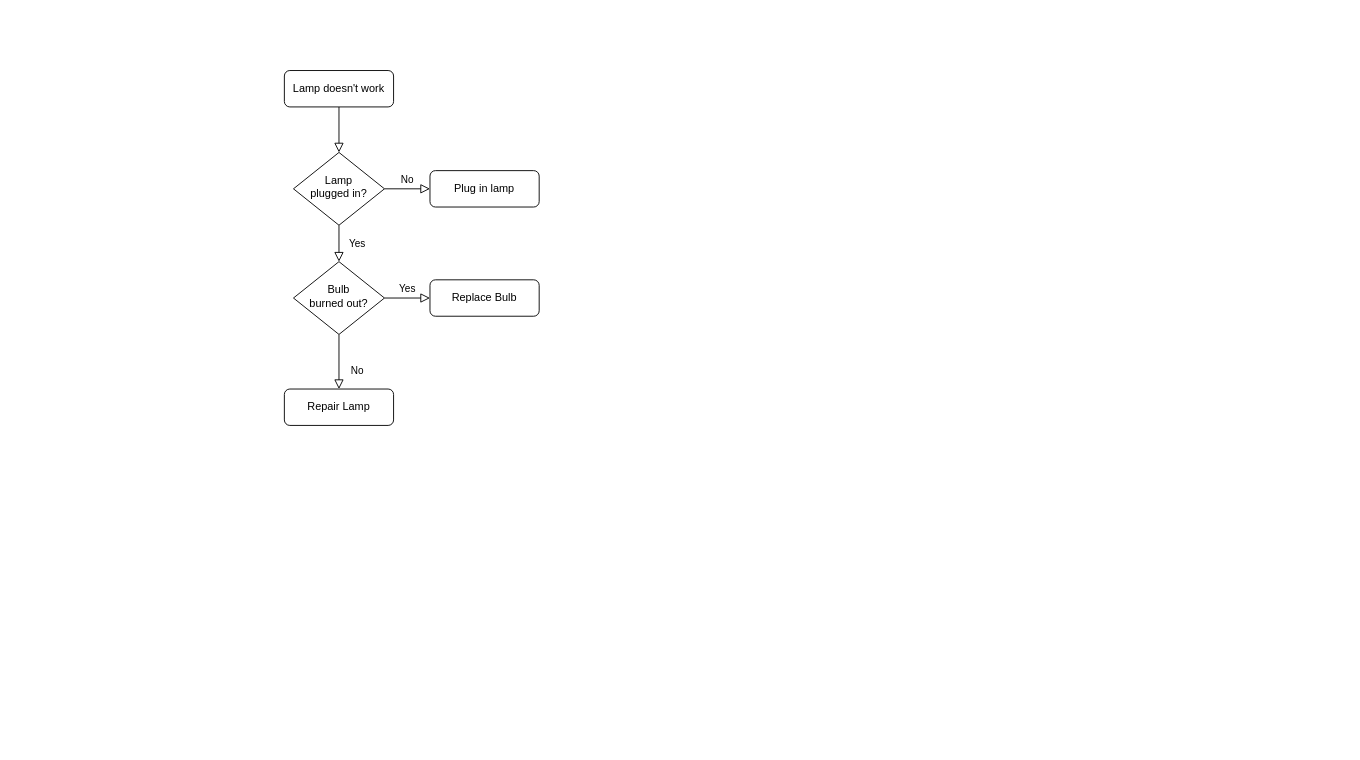
This is 플로우차트.drawio from KB-samwamoney/samwamoney, a draw.io file, before an edit. Source tidied: cells renumbered, new cells numbered last; positions are measured from the earlier drawing's top-left corner, leaving out a move shared by most shapes. Both pictures are drawn from the tidied source at 91%, with x=0, y=0 at pixel (284, 70).
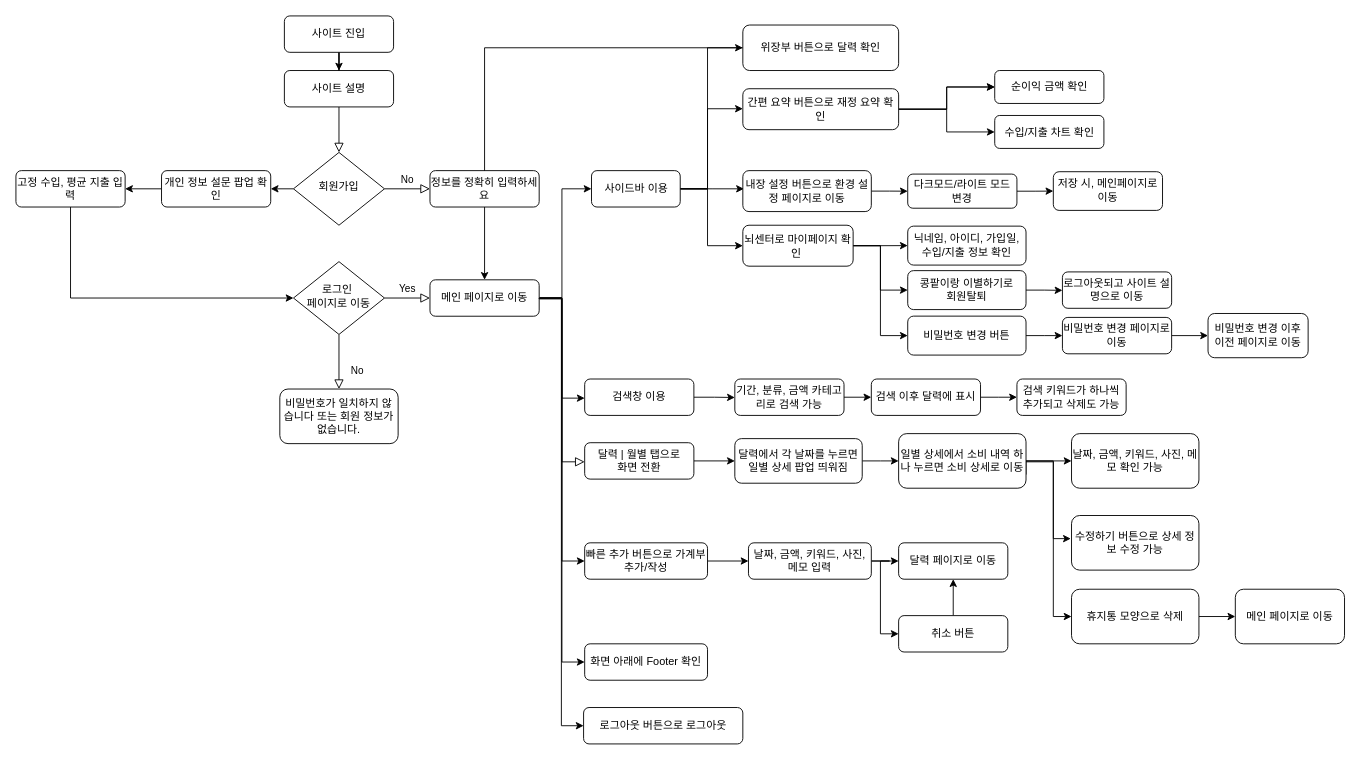
After the change.

Commit message (it also covers changes not shown here):
플로우차트.drawio 업데이트

What changed in the source:
```diff
@@
+    <mxCell id="13" style="edgeStyle=orthogonalEdgeStyle;rounded=0;jettySize=auto;html=1;entryX=0.5;entryY=0;entryDx=0;entryDy=0;" parent="1" edge="1" source="52" target="12">
+      <mxGeometry relative="1" as="geometry" />
+    </mxCell>
@@
-    <mxCell id="3" value="Lamp doesn't work" style="rounded=1;whiteSpace=wrap;html=1;fontSize=12;glass=0;strokeWidth=1;shadow=0;" parent="1" vertex="1">
+    <mxCell id="3" value="사이트 설명" style="rounded=1;whiteSpace=wrap;html=1;fontSize=12;glass=0;strokeWidth=1;shadow=0;" parent="1" vertex="1">
       <mxGeometry width="120" height="40" as="geometry" />
     </mxCell>
-    <mxCell id="4" value="Yes" style="rounded=0;html=1;jettySize=auto;fontSize=11;endArrow=block;endFill=0;endSize=8;strokeWidth=1;shadow=0;labelBackgroundColor=none;edgeStyle=orthogonalEdgeStyle;" parent="1" edge="1" source="6" target="10">
-      <mxGeometry y="20" relative="1" as="geometry" />
-    </mxCell>
@@
+    <mxCell id="14" style="edgeStyle=orthogonalEdgeStyle;rounded=0;jettySize=auto;html=1;exitX=0;exitY=0.5;exitDx=0;exitDy=0;entryX=1;entryY=0.5;entryDx=0;entryDy=0;" parent="1" edge="1" source="6" target="78">
+      <mxGeometry relative="1" as="geometry" />
+    </mxCell>
-    <mxCell id="6" value="Lamp&lt;br&gt;plugged in?" style="rhombus;whiteSpace=wrap;html=1;shadow=0;fontFamily=Helvetica;fontSize=12;align=center;strokeWidth=1;spacing=6;spacingTop=-4;" parent="1" vertex="1">
+    <mxCell id="6" value="회원가입" style="rhombus;whiteSpace=wrap;html=1;shadow=0;fontFamily=Helvetica;fontSize=12;align=center;strokeWidth=1;spacing=6;spacingTop=-4;" parent="1" vertex="1">
       <mxGeometry x="10" y="90" width="100" height="80" as="geometry" />
     </mxCell>
-    <mxCell id="7" value="Plug in lamp" style="rounded=1;whiteSpace=wrap;html=1;fontSize=12;glass=0;strokeWidth=1;shadow=0;" parent="1" vertex="1">
+    <mxCell id="7" value="정보를 정확히 입력하세요" style="rounded=1;whiteSpace=wrap;html=1;fontSize=12;glass=0;strokeWidth=1;shadow=0;" parent="1" vertex="1">
       <mxGeometry x="160" y="110" width="120" height="40" as="geometry" />
     </mxCell>
@@
-    <mxCell id="10" value="Bulb&lt;br&gt;burned out?" style="rhombus;whiteSpace=wrap;html=1;shadow=0;fontFamily=Helvetica;fontSize=12;align=center;strokeWidth=1;spacing=6;spacingTop=-4;" parent="1" vertex="1">
+    <mxCell id="10" value="로그인&amp;nbsp;&lt;div&gt;페이지로 이동&lt;/div&gt;" style="rhombus;whiteSpace=wrap;html=1;shadow=0;fontFamily=Helvetica;fontSize=12;align=center;strokeWidth=1;spacing=6;spacingTop=-4;" parent="1" vertex="1">
       <mxGeometry x="10" y="210" width="100" height="80" as="geometry" />
     </mxCell>
-    <mxCell id="11" value="Repair Lamp" style="rounded=1;whiteSpace=wrap;html=1;fontSize=12;glass=0;strokeWidth=1;shadow=0;" parent="1" vertex="1">
-      <mxGeometry y="350" width="120" height="40" as="geometry" />
+    <mxCell id="11" value="비밀번호가 일치하지 않습니다 또는 회원 정보가 없습니다." style="rounded=1;whiteSpace=wrap;html=1;fontSize=12;glass=0;strokeWidth=1;shadow=0;" parent="1" vertex="1">
+      <mxGeometry x="-5" y="350" width="130" height="60" as="geometry" />
     </mxCell>
+    <mxCell id="15" style="edgeStyle=orthogonalEdgeStyle;rounded=0;jettySize=auto;html=1;exitX=1;exitY=0.5;exitDx=0;exitDy=0;entryX=0;entryY=0.5;entryDx=0;entryDy=0;" parent="1" edge="1" source="12" target="47">
+      <mxGeometry relative="1" as="geometry">
+        <Array as="points">
+          <mxPoint x="305" y="250" />
+          <mxPoint x="305" y="130" />
+        </Array>
+      </mxGeometry>
+    </mxCell>
+    <mxCell id="16" style="edgeStyle=orthogonalEdgeStyle;rounded=0;jettySize=auto;html=1;" parent="1" edge="1" source="12" target="21">
+      <mxGeometry relative="1" as="geometry">
+        <Array as="points">
+          <mxPoint x="305" y="250" />
+          <mxPoint x="305" y="360" />
+        </Array>
+      </mxGeometry>
+    </mxCell>
+    <mxCell id="17" style="edgeStyle=orthogonalEdgeStyle;rounded=0;jettySize=auto;html=1;exitX=1;exitY=0.5;exitDx=0;exitDy=0;entryX=0;entryY=0.5;entryDx=0;entryDy=0;" parent="1" edge="1" source="12" target="26">
+      <mxGeometry relative="1" as="geometry" />
+    </mxCell>
+    <mxCell id="18" style="edgeStyle=orthogonalEdgeStyle;rounded=0;jettySize=auto;html=1;entryX=0;entryY=0.5;entryDx=0;entryDy=0;" parent="1" edge="1" source="12" target="76">
+      <mxGeometry relative="1" as="geometry" />
+    </mxCell>
+    <mxCell id="19" style="edgeStyle=orthogonalEdgeStyle;rounded=0;jettySize=auto;html=1;exitX=1;exitY=0.5;exitDx=0;exitDy=0;entryX=0;entryY=0.5;entryDx=0;entryDy=0;" parent="1" edge="1" source="12" target="75">
+      <mxGeometry relative="1" as="geometry" />
+    </mxCell>
-    <mxCell id="12" value="Replace Bulb" style="rounded=1;whiteSpace=wrap;html=1;fontSize=12;glass=0;strokeWidth=1;shadow=0;" parent="1" vertex="1">
+    <mxCell id="12" value="메인 페이지로 이동" style="rounded=1;whiteSpace=wrap;html=1;fontSize=12;glass=0;strokeWidth=1;shadow=0;" parent="1" vertex="1">
       <mxGeometry x="160" y="230" width="120" height="40" as="geometry" />
     </mxCell>
+    <mxCell id="20" style="edgeStyle=orthogonalEdgeStyle;rounded=0;jettySize=auto;html=1;exitX=1;exitY=0.5;exitDx=0;exitDy=0;" parent="1" edge="1" source="21">
+      <mxGeometry relative="1" as="geometry">
+        <mxPoint x="495" y="359.3" as="targetPoint" />
+      </mxGeometry>
+    </mxCell>
+    <mxCell id="21" value="검색창 이용" style="rounded=1;whiteSpace=wrap;html=1;fontSize=12;glass=0;strokeWidth=1;shadow=0;" parent="1" vertex="1">
+      <mxGeometry x="330" y="339" width="120" height="40" as="geometry" />
+    </mxCell>
+    <mxCell id="22" style="edgeStyle=orthogonalEdgeStyle;rounded=0;html=1;jettySize=auto;fontSize=11;endArrow=block;endFill=0;endSize=8;strokeWidth=1;shadow=0;labelBackgroundColor=none;" parent="1" edge="1" target="24">
+      <mxGeometry y="10" relative="1" as="geometry">
+        <mxPoint x="280" y="250" as="sourcePoint" />
+        <Array as="points">
+          <mxPoint x="305" y="251" />
+          <mxPoint x="305" y="430" />
+        </Array>
+      </mxGeometry>
+    </mxCell>
+    <mxCell id="23" style="edgeStyle=orthogonalEdgeStyle;rounded=0;jettySize=auto;html=1;exitX=1;exitY=0.5;exitDx=0;exitDy=0;entryX=0;entryY=0.5;entryDx=0;entryDy=0;" parent="1" edge="1" source="24" target="30">
+      <mxGeometry relative="1" as="geometry" />
+    </mxCell>
+    <mxCell id="24" value="달력 | 월별 탭으로&lt;div&gt;화면 전환&lt;/div&gt;" style="rounded=1;whiteSpace=wrap;html=1;fontSize=12;glass=0;strokeWidth=1;shadow=0;" parent="1" vertex="1">
+      <mxGeometry x="330" y="409" width="120" height="40" as="geometry" />
+    </mxCell>
+    <mxCell id="25" style="edgeStyle=orthogonalEdgeStyle;rounded=0;jettySize=auto;html=1;" parent="1" edge="1" source="26" target="41">
+      <mxGeometry relative="1" as="geometry" />
+    </mxCell>
+    <mxCell id="26" value="빠른 추가 버튼으로 가계부 추가/작성" style="rounded=1;whiteSpace=wrap;html=1;fontSize=12;glass=0;strokeWidth=1;shadow=0;" parent="1" vertex="1">
+      <mxGeometry x="330" y="519" width="135" height="40" as="geometry" />
+    </mxCell>
+    <mxCell id="27" style="edgeStyle=orthogonalEdgeStyle;rounded=0;jettySize=auto;html=1;exitX=1;exitY=0.5;exitDx=0;exitDy=0;" parent="1" edge="1" source="28">
+      <mxGeometry relative="1" as="geometry">
+        <mxPoint x="645" y="358.9" as="targetPoint" />
+      </mxGeometry>
+    </mxCell>
+    <mxCell id="28" value="기간, 분류, 금액 카테고리로 검색 가능" style="rounded=1;whiteSpace=wrap;html=1;fontSize=12;glass=0;strokeWidth=1;shadow=0;" parent="1" vertex="1">
+      <mxGeometry x="495" y="339" width="120" height="40" as="geometry" />
+    </mxCell>
+    <mxCell id="29" style="edgeStyle=orthogonalEdgeStyle;rounded=0;jettySize=auto;html=1;" parent="1" edge="1" source="30">
+      <mxGeometry relative="1" as="geometry">
+        <mxPoint x="675" y="429" as="targetPoint" />
+      </mxGeometry>
+    </mxCell>
+    <mxCell id="30" value="달력에서 각 날짜를 누르면 일별 상세 팝업 띄워짐" style="rounded=1;whiteSpace=wrap;html=1;fontSize=12;glass=0;strokeWidth=1;shadow=0;" parent="1" vertex="1">
+      <mxGeometry x="495" y="404.5" width="140" height="49" as="geometry" />
+    </mxCell>
+    <mxCell id="31" style="edgeStyle=orthogonalEdgeStyle;rounded=0;jettySize=auto;html=1;exitX=1;exitY=0.5;exitDx=0;exitDy=0;" parent="1" edge="1" source="32">
+      <mxGeometry relative="1" as="geometry">
+        <mxPoint x="805" y="359" as="targetPoint" />
+      </mxGeometry>
+    </mxCell>
+    <mxCell id="32" value="검색 이후 달력에 표시" style="rounded=1;whiteSpace=wrap;html=1;fontSize=12;glass=0;strokeWidth=1;shadow=0;" parent="1" vertex="1">
+      <mxGeometry x="645" y="339" width="120" height="40" as="geometry" />
+    </mxCell>
+    <mxCell id="33" value="검색 키워드가 하나씩 추가되고 삭제도 가능" style="rounded=1;whiteSpace=wrap;html=1;fontSize=12;glass=0;strokeWidth=1;shadow=0;" parent="1" vertex="1">
+      <mxGeometry x="805" y="339" width="120" height="40" as="geometry" />
+    </mxCell>
+    <mxCell id="34" style="edgeStyle=orthogonalEdgeStyle;rounded=0;jettySize=auto;html=1;exitX=1;exitY=0.5;exitDx=0;exitDy=0;entryX=0;entryY=0.5;entryDx=0;entryDy=0;" parent="1" edge="1" source="37" target="38">
+      <mxGeometry relative="1" as="geometry" />
+    </mxCell>
+    <mxCell id="35" style="edgeStyle=orthogonalEdgeStyle;rounded=0;jettySize=auto;html=1;exitX=1;exitY=0.75;exitDx=0;exitDy=0;entryX=-0.006;entryY=0.424;entryDx=0;entryDy=0;entryPerimeter=0;" parent="1" edge="1" source="37">
+      <mxGeometry relative="1" as="geometry">
+        <mxPoint x="864.2" y="514.4" as="targetPoint" />
+        <Array as="points">
+          <mxPoint x="815" y="429" />
+          <mxPoint x="845" y="429" />
+          <mxPoint x="845" y="514" />
+        </Array>
+      </mxGeometry>
+    </mxCell>
+    <mxCell id="36" style="edgeStyle=orthogonalEdgeStyle;rounded=0;jettySize=auto;html=1;entryX=0;entryY=0.5;entryDx=0;entryDy=0;" parent="1" edge="1" target="85">
+      <mxGeometry relative="1" as="geometry">
+        <mxPoint x="814.5" y="429" as="sourcePoint" />
+        <Array as="points">
+          <mxPoint x="815" y="430" />
+          <mxPoint x="845" y="430" />
+          <mxPoint x="845" y="600" />
+        </Array>
+      </mxGeometry>
+    </mxCell>
+    <mxCell id="37" value="일별 상세에서 소비 내역 하나 누르면 소비 상세로 이동" style="rounded=1;whiteSpace=wrap;html=1;fontSize=12;glass=0;strokeWidth=1;shadow=0;" parent="1" vertex="1">
+      <mxGeometry x="675" y="399" width="140" height="60" as="geometry" />
+    </mxCell>
+    <mxCell id="38" value="날짜, 금액, 키워드, 사진, 메모 확인 가능" style="rounded=1;whiteSpace=wrap;html=1;fontSize=12;glass=0;strokeWidth=1;shadow=0;" parent="1" vertex="1">
+      <mxGeometry x="865" y="399" width="140" height="60" as="geometry" />
+    </mxCell>
+    <mxCell id="39" style="edgeStyle=orthogonalEdgeStyle;rounded=0;jettySize=auto;html=1;" parent="1" edge="1" source="41" target="66">
+      <mxGeometry relative="1" as="geometry" />
+    </mxCell>
+    <mxCell id="40" style="edgeStyle=orthogonalEdgeStyle;rounded=0;jettySize=auto;html=1;exitX=1;exitY=0.5;exitDx=0;exitDy=0;entryX=0;entryY=0.5;entryDx=0;entryDy=0;" parent="1" edge="1" source="41" target="68">
+      <mxGeometry relative="1" as="geometry">
+        <Array as="points">
+          <mxPoint x="655" y="539" />
+          <mxPoint x="655" y="619" />
+        </Array>
+      </mxGeometry>
+    </mxCell>
+    <mxCell id="41" value="날짜, 금액, 키워드, 사진, 메모 입력" style="rounded=1;whiteSpace=wrap;html=1;fontSize=12;glass=0;strokeWidth=1;shadow=0;" parent="1" vertex="1">
+      <mxGeometry x="510" y="519" width="135" height="40" as="geometry" />
+    </mxCell>
+    <mxCell id="42" value="수정하기 버튼으로 상세 정보 수정 가능" style="rounded=1;whiteSpace=wrap;html=1;fontSize=12;glass=0;strokeWidth=1;shadow=0;" parent="1" vertex="1">
+      <mxGeometry x="865" y="489" width="140" height="60" as="geometry" />
+    </mxCell>
+    <mxCell id="43" style="edgeStyle=orthogonalEdgeStyle;rounded=0;jettySize=auto;html=1;" parent="1" edge="1" source="47" target="51">
+      <mxGeometry relative="1" as="geometry">
+        <Array as="points">
+          <mxPoint x="465" y="130" />
+          <mxPoint x="465" y="42" />
+        </Array>
+      </mxGeometry>
+    </mxCell>
+    <mxCell id="44" style="edgeStyle=orthogonalEdgeStyle;rounded=0;jettySize=auto;html=1;entryX=0;entryY=0.5;entryDx=0;entryDy=0;" parent="1" edge="1" source="47" target="52">
+      <mxGeometry relative="1" as="geometry">
+        <Array as="points">
+          <mxPoint x="465" y="130" />
+          <mxPoint x="465" y="-25" />
+        </Array>
+      </mxGeometry>
+    </mxCell>
+    <mxCell id="45" style="edgeStyle=orthogonalEdgeStyle;rounded=0;jettySize=auto;html=1;" parent="1" edge="1" source="47">
+      <mxGeometry relative="1" as="geometry">
+        <mxPoint x="505" y="130" as="targetPoint" />
+      </mxGeometry>
+    </mxCell>
+    <mxCell id="46" style="edgeStyle=orthogonalEdgeStyle;rounded=0;jettySize=auto;html=1;exitX=1;exitY=0.5;exitDx=0;exitDy=0;entryX=0;entryY=0.5;entryDx=0;entryDy=0;" parent="1" edge="1" source="47" target="62">
+      <mxGeometry relative="1" as="geometry">
+        <Array as="points">
+          <mxPoint x="465" y="130" />
+          <mxPoint x="465" y="193" />
+        </Array>
+      </mxGeometry>
+    </mxCell>
+    <mxCell id="47" value="사이드바 이용" style="rounded=1;whiteSpace=wrap;html=1;fontSize=12;glass=0;strokeWidth=1;shadow=0;" parent="1" vertex="1">
+      <mxGeometry x="337.5" y="110" width="97.5" height="40" as="geometry" />
+    </mxCell>
+    <mxCell id="48" style="edgeStyle=orthogonalEdgeStyle;rounded=0;jettySize=auto;html=1;" parent="1" edge="1" source="51" target="53">
+      <mxGeometry relative="1" as="geometry" />
+    </mxCell>
+    <mxCell id="49" style="edgeStyle=orthogonalEdgeStyle;rounded=0;jettySize=auto;html=1;" parent="1" edge="1" source="51" target="53">
+      <mxGeometry relative="1" as="geometry" />
+    </mxCell>
+    <mxCell id="50" style="edgeStyle=orthogonalEdgeStyle;rounded=0;jettySize=auto;html=1;exitX=1;exitY=0.5;exitDx=0;exitDy=0;entryX=0;entryY=0.5;entryDx=0;entryDy=0;" parent="1" edge="1" source="51" target="54">
+      <mxGeometry relative="1" as="geometry" />
+    </mxCell>
+    <mxCell id="51" value="간편 요약 버튼으로 재정 요약 확인" style="whiteSpace=wrap;html=1;rounded=1;glass=0;strokeWidth=1;shadow=0;" parent="1" vertex="1">
+      <mxGeometry x="503.8" y="20" width="171.2" height="45" as="geometry" />
+    </mxCell>
+    <mxCell id="52" value="위장부 버튼으로 달력 확인" style="whiteSpace=wrap;html=1;rounded=1;glass=0;strokeWidth=1;shadow=0;" parent="1" vertex="1">
+      <mxGeometry x="503.8" y="-50" width="171.2" height="50" as="geometry" />
+    </mxCell>
+    <mxCell id="53" value="순이익 금액 확인" style="whiteSpace=wrap;html=1;rounded=1;glass=0;strokeWidth=1;shadow=0;" parent="1" vertex="1">
+      <mxGeometry x="780.6" width="120" height="36.2" as="geometry" />
+    </mxCell>
+    <mxCell id="54" value="수입/지출 차트 확인" style="whiteSpace=wrap;html=1;rounded=1;glass=0;strokeWidth=1;shadow=0;" parent="1" vertex="1">
+      <mxGeometry x="780.6" y="49.4" width="120" height="36.2" as="geometry" />
+    </mxCell>
+    <mxCell id="55" style="edgeStyle=orthogonalEdgeStyle;rounded=0;jettySize=auto;html=1;" parent="1" edge="1" source="56" target="58">
+      <mxGeometry relative="1" as="geometry" />
+    </mxCell>
+    <mxCell id="56" value="내장 설정 버튼으로 환경 설정 페이지로 이동" style="whiteSpace=wrap;html=1;rounded=1;glass=0;strokeWidth=1;shadow=0;" parent="1" vertex="1">
+      <mxGeometry x="503.8" y="110" width="141.2" height="45" as="geometry" />
+    </mxCell>
+    <mxCell id="57" style="edgeStyle=orthogonalEdgeStyle;rounded=0;jettySize=auto;html=1;" parent="1" edge="1" source="58" target="83">
+      <mxGeometry relative="1" as="geometry" />
+    </mxCell>
+    <mxCell id="58" value="다크모드/라이트 모드 변경" style="whiteSpace=wrap;html=1;rounded=1;glass=0;strokeWidth=1;shadow=0;" parent="1" vertex="1">
+      <mxGeometry x="685" y="113.8" width="120" height="37.5" as="geometry" />
+    </mxCell>
+    <mxCell id="59" style="edgeStyle=orthogonalEdgeStyle;rounded=0;jettySize=auto;html=1;exitX=1;exitY=0.5;exitDx=0;exitDy=0;" parent="1" edge="1" source="62" target="63">
+      <mxGeometry relative="1" as="geometry" />
+    </mxCell>
+    <mxCell id="60" style="edgeStyle=orthogonalEdgeStyle;rounded=0;jettySize=auto;html=1;exitX=1;exitY=0.5;exitDx=0;exitDy=0;entryX=0;entryY=0.5;entryDx=0;entryDy=0;" parent="1" edge="1" source="62" target="65">
+      <mxGeometry relative="1" as="geometry" />
+    </mxCell>
+    <mxCell id="61" style="edgeStyle=orthogonalEdgeStyle;rounded=0;jettySize=auto;html=1;exitX=1;exitY=0.5;exitDx=0;exitDy=0;entryX=0;entryY=0.5;entryDx=0;entryDy=0;" parent="1" edge="1" source="62" target="71">
+      <mxGeometry relative="1" as="geometry" />
+    </mxCell>
+    <mxCell id="62" value="뇌센터로 마이페이지 확인&amp;nbsp;" style="whiteSpace=wrap;html=1;rounded=1;glass=0;strokeWidth=1;shadow=0;" parent="1" vertex="1">
+      <mxGeometry x="503.8" y="170" width="121.2" height="45" as="geometry" />
+    </mxCell>
+    <mxCell id="63" value="닉네임, 아이디, 가입일, 수입/지출 정보 확인" style="whiteSpace=wrap;html=1;rounded=1;glass=0;strokeWidth=1;shadow=0;" parent="1" vertex="1">
+      <mxGeometry x="685" y="171" width="130" height="42.8" as="geometry" />
+    </mxCell>
+    <mxCell id="64" style="edgeStyle=orthogonalEdgeStyle;rounded=0;jettySize=auto;html=1;exitX=1;exitY=0.5;exitDx=0;exitDy=0;" parent="1" edge="1" source="65">
+      <mxGeometry relative="1" as="geometry">
+        <mxPoint x="855" y="241.6" as="targetPoint" />
+      </mxGeometry>
+    </mxCell>
+    <mxCell id="65" value="콩팥이랑 이별하기로&lt;div&gt;회원탈퇴&lt;/div&gt;" style="whiteSpace=wrap;html=1;rounded=1;glass=0;strokeWidth=1;shadow=0;" parent="1" vertex="1">
+      <mxGeometry x="685" y="219.9" width="130" height="42.8" as="geometry" />
+    </mxCell>
+    <mxCell id="66" value="달력 페이지로 이동" style="whiteSpace=wrap;html=1;rounded=1;glass=0;strokeWidth=1;shadow=0;" parent="1" vertex="1">
+      <mxGeometry x="675" y="519" width="120" height="40" as="geometry" />
+    </mxCell>
+    <mxCell id="67" style="edgeStyle=orthogonalEdgeStyle;rounded=0;jettySize=auto;html=1;" parent="1" edge="1" source="68" target="66">
+      <mxGeometry relative="1" as="geometry" />
+    </mxCell>
+    <mxCell id="68" value="취소 버튼" style="whiteSpace=wrap;html=1;rounded=1;glass=0;strokeWidth=1;shadow=0;" parent="1" vertex="1">
+      <mxGeometry x="675" y="599" width="120" height="40" as="geometry" />
+    </mxCell>
+    <mxCell id="69" value="로그아웃되고 사이트 설명으로 이동" style="rounded=1;whiteSpace=wrap;html=1;fontSize=12;glass=0;strokeWidth=1;shadow=0;" parent="1" vertex="1">
+      <mxGeometry x="855" y="221.3" width="120" height="40" as="geometry" />
+    </mxCell>
+    <mxCell id="70" style="edgeStyle=orthogonalEdgeStyle;rounded=0;jettySize=auto;html=1;" parent="1" edge="1" source="71" target="73">
+      <mxGeometry relative="1" as="geometry" />
+    </mxCell>
+    <mxCell id="71" value="비밀번호 변경 버튼" style="whiteSpace=wrap;html=1;rounded=1;glass=0;strokeWidth=1;shadow=0;" parent="1" vertex="1">
+      <mxGeometry x="685" y="269.9" width="130" height="42.8" as="geometry" />
+    </mxCell>
+    <mxCell id="72" style="edgeStyle=orthogonalEdgeStyle;rounded=0;jettySize=auto;html=1;" parent="1" edge="1" source="73" target="74">
+      <mxGeometry relative="1" as="geometry" />
+    </mxCell>
+    <mxCell id="73" value="비밀번호 변경 페이지로 이동" style="rounded=1;whiteSpace=wrap;html=1;fontSize=12;glass=0;strokeWidth=1;shadow=0;" parent="1" vertex="1">
+      <mxGeometry x="855" y="271.3" width="120" height="40" as="geometry" />
+    </mxCell>
+    <mxCell id="74" value="비밀번호 변경 이후 이전 페이지로 이동" style="whiteSpace=wrap;html=1;rounded=1;glass=0;strokeWidth=1;shadow=0;" parent="1" vertex="1">
+      <mxGeometry x="1015" y="267" width="110" height="48.6" as="geometry" />
+    </mxCell>
+    <mxCell id="75" value="로그아웃 버튼으로 로그아웃" style="rounded=1;whiteSpace=wrap;html=1;fontSize=12;glass=0;strokeWidth=1;shadow=0;" parent="1" vertex="1">
+      <mxGeometry x="328.8" y="700" width="175" height="40" as="geometry" />
+    </mxCell>
+    <mxCell id="76" value="화면 아래에 Footer 확인" style="rounded=1;whiteSpace=wrap;html=1;fontSize=12;glass=0;strokeWidth=1;shadow=0;" parent="1" vertex="1">
+      <mxGeometry x="330" y="630" width="135" height="40" as="geometry" />
+    </mxCell>
+    <mxCell id="77" style="edgeStyle=orthogonalEdgeStyle;rounded=0;jettySize=auto;html=1;exitX=0;exitY=0.5;exitDx=0;exitDy=0;entryX=1;entryY=0.5;entryDx=0;entryDy=0;" parent="1" edge="1" source="78" target="80">
+      <mxGeometry relative="1" as="geometry" />
+    </mxCell>
+    <mxCell id="78" value="개인 정보 설문 팝업 확인" style="rounded=1;whiteSpace=wrap;html=1;fontSize=12;glass=0;strokeWidth=1;shadow=0;" parent="1" vertex="1">
+      <mxGeometry x="-135" y="110" width="120" height="40" as="geometry" />
+    </mxCell>
+    <mxCell id="79" style="edgeStyle=orthogonalEdgeStyle;rounded=0;jettySize=auto;html=1;exitX=0.5;exitY=1;exitDx=0;exitDy=0;entryX=0;entryY=0.5;entryDx=0;entryDy=0;" parent="1" edge="1" source="80" target="10">
+      <mxGeometry relative="1" as="geometry">
+        <Array as="points">
+          <mxPoint x="-235" y="250" />
+        </Array>
+      </mxGeometry>
+    </mxCell>
+    <mxCell id="80" value="고정 수입, 평균 지출 입력" style="rounded=1;whiteSpace=wrap;html=1;fontSize=12;glass=0;strokeWidth=1;shadow=0;" parent="1" vertex="1">
+      <mxGeometry x="-295" y="110" width="120" height="40" as="geometry" />
+    </mxCell>
+    <mxCell id="81" style="edgeStyle=orthogonalEdgeStyle;rounded=0;jettySize=auto;html=1;entryX=0.5;entryY=0;entryDx=0;entryDy=0;" parent="1" edge="1" source="82" target="3">
+      <mxGeometry relative="1" as="geometry" />
+    </mxCell>
+    <mxCell id="82" value="사이트 진입" style="rounded=1;whiteSpace=wrap;html=1;fontSize=12;glass=0;strokeWidth=1;shadow=0;" parent="1" vertex="1">
+      <mxGeometry y="-60" width="120" height="40" as="geometry" />
+    </mxCell>
+    <mxCell id="83" value="저장 시, 메인페이지로 이동" style="whiteSpace=wrap;html=1;rounded=1;glass=0;strokeWidth=1;shadow=0;" parent="1" vertex="1">
+      <mxGeometry x="845" y="111.2" width="120" height="42.5" as="geometry" />
+    </mxCell>
+    <mxCell id="84" style="edgeStyle=orthogonalEdgeStyle;rounded=0;jettySize=auto;html=1;" parent="1" edge="1" source="85" target="86">
+      <mxGeometry relative="1" as="geometry" />
+    </mxCell>
+    <mxCell id="85" value="휴지통 모양으로 삭제" style="rounded=1;whiteSpace=wrap;html=1;fontSize=12;glass=0;strokeWidth=1;shadow=0;" parent="1" vertex="1">
+      <mxGeometry x="865" y="570" width="140" height="60" as="geometry" />
+    </mxCell>
+    <mxCell id="86" value="메인 페이지로 이동" style="whiteSpace=wrap;html=1;rounded=1;glass=0;strokeWidth=1;shadow=0;" parent="1" vertex="1">
+      <mxGeometry x="1045" y="570" width="120" height="60" as="geometry" />
+    </mxCell>
```
